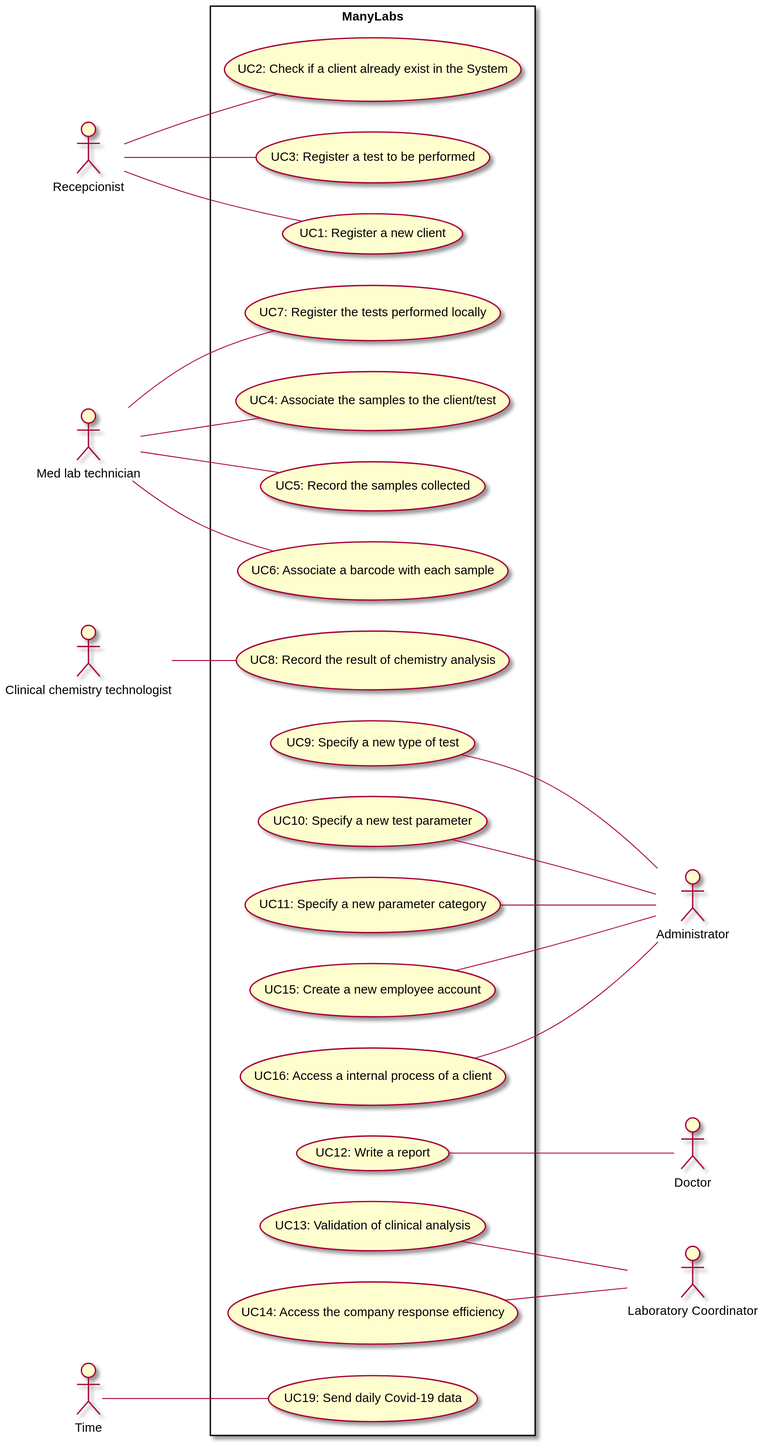
The PlantUML diagram docs/SprintA/UCD.svg in manu-07-ela/LAPR2_ISEP, before a commit.
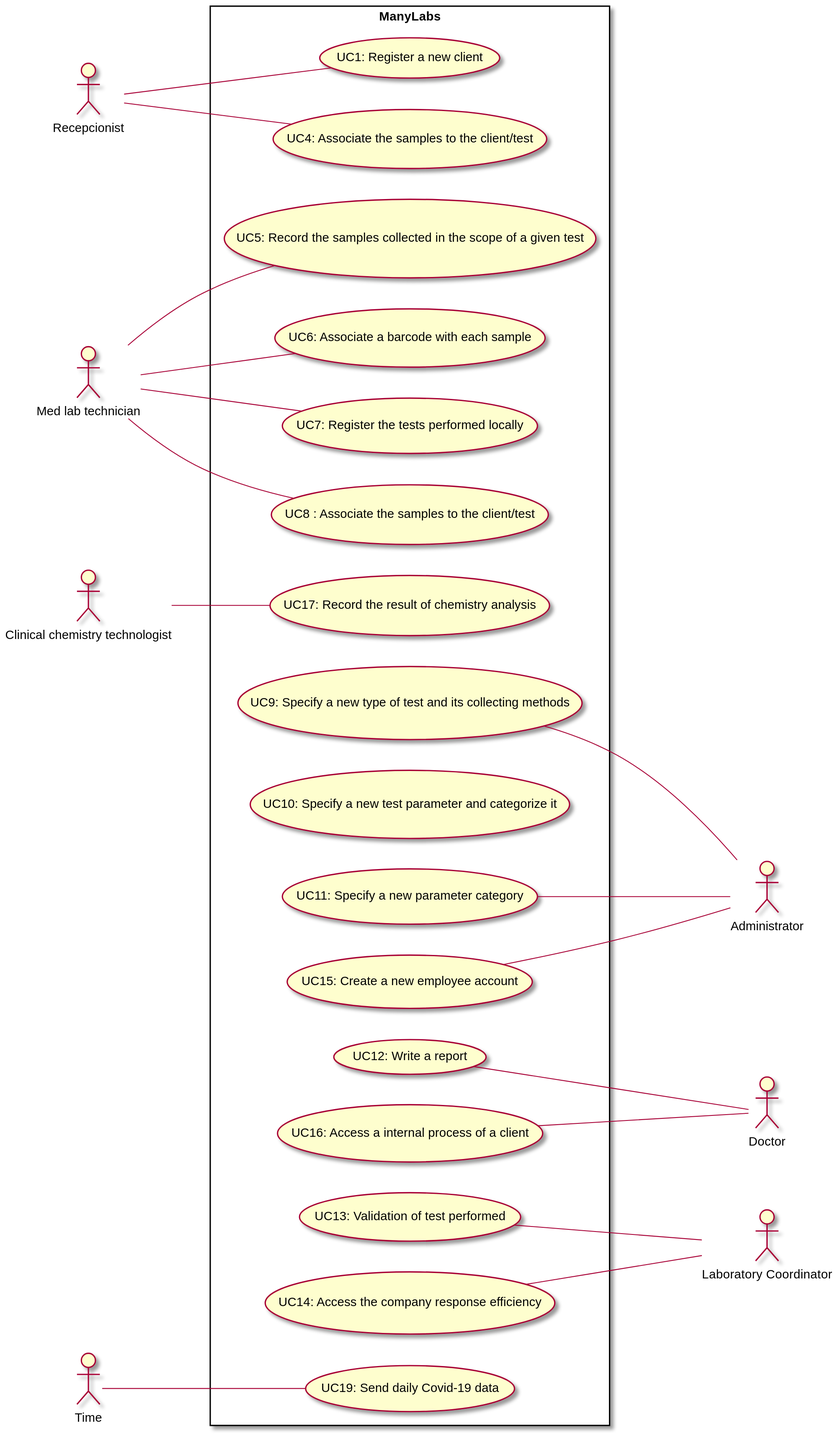
The same diagram one commit later.

What changed in the source:
```diff
@@ -12,38 +12,37 @@
 rectangle ManyLabs{
 
 usecase "UC1: Register a new client" as UC1
-usecase "UC2: Check if a client already exist in the System" as UC2
-usecase "UC3: Register a test to be performed" as UC3
+usecase "UC4: Register a test to be performed to a registered client" as UC4
 usecase "UC4: Associate the samples to the client/test" as UC4
-usecase "UC5: Record the samples collected" as UC5
+usecase "UC5: Record the samples collected in the scope of a given test" as UC5
 usecase "UC6: Associate a barcode with each sample" as UC6
 usecase "UC7: Register the tests performed locally" as UC7
-usecase "UC8: Record the result of chemistry analysis" as UC8
-usecase "UC9: Specify a new type of test" as UC9
-usecase "UC10: Specify a new test parameter" as UC10
+usecase "UC17: Record the result of chemistry analysis" as UC17
+usecase "UC8 : Associate the samples to the client/test" as UC8
+usecase "UC9: Specify a new type of test and its collecting methods" as UC9
+usecase "UC10: Specify a new test parameter and categorize it" as UC10
 usecase "UC11: Specify a new parameter category" as UC11
 usecase "UC12: Write a report" as UC12
-usecase "UC13: Validation of clinical analysis" as UC13
+usecase "UC13: Validation of test performed" as UC13
 usecase "UC14: Access the company response efficiency" as UC14
 usecase "UC15: Create a new employee account" as UC15
 usecase "UC16: Access a internal process of a client" as UC16
 usecase "UC19: Send daily Covid-19 data" as UC19
 
+
 }
 
 Recp -- UC1
-Recp -- UC2
-Recp -- UC3
-MedLab -- UC4
+Recp -- UC4
 MedLab -- UC5
 MedLab -- UC6
 MedLab -- UC7
-ClinTec -- UC8
+MedLab -- UC8
+ClinTec -- UC17
 UC9 --- Adm
-UC10 --- Adm
+UC15 --- Adm
 UC11 --- Adm
-UC16 --- Adm
-UC15 --- Adm
+UC16 --- Doc
 UC12 --- Doc
 UC13 --- LabCod
 UC14 --- LabCod
```
